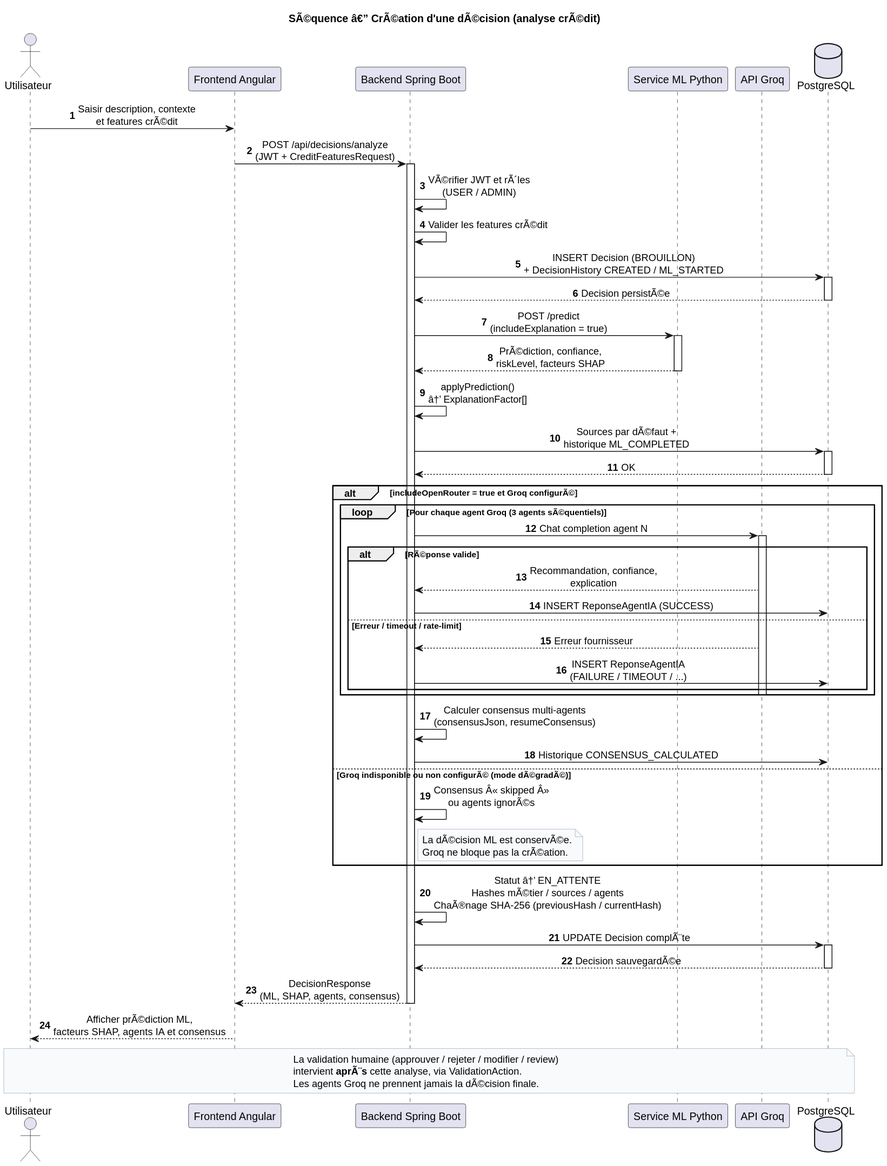
This is docs/uml/generated/sequence-creation-decision.svg from Yahyafl3/tracabilite-ia, a PlantUML export, as it was before one commit.
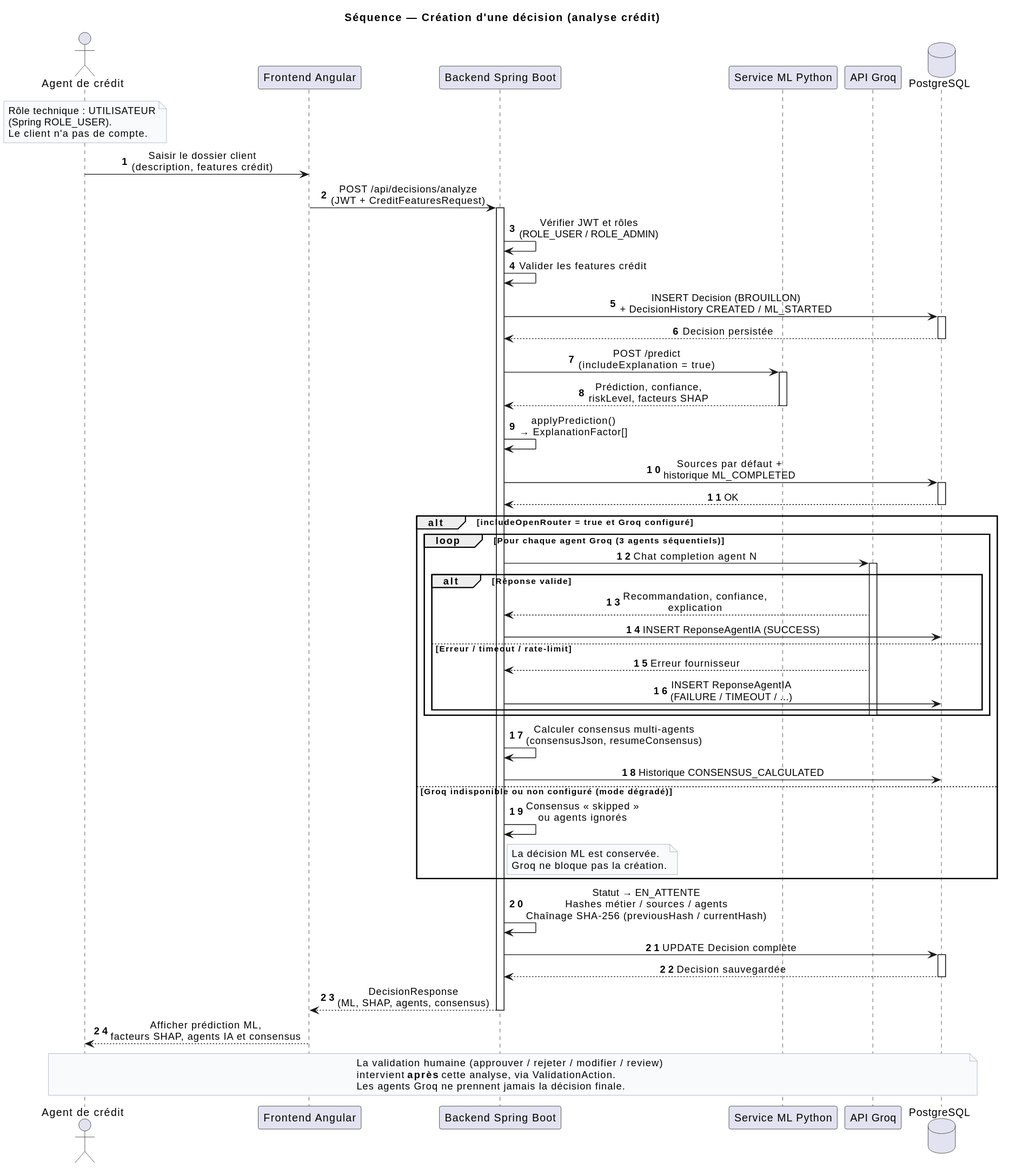
Later version of the same file.

The edit, as a diff of the source:
```diff
@@ -5,43 +5,49 @@
 skinparam noteBackgroundColor #F8FAFC
 skinparam noteBorderColor #94A3B8
 
-title SÃ©quence â€” CrÃ©ation d'une dÃ©cision (analyse crÃ©dit)
+title Séquence — Création d'une décision (analyse crédit)
 
-actor "Utilisateur" as User
+actor "Agent de crédit" as User
 participant "Frontend Angular" as FE
 participant "Backend Spring Boot" as BE
 participant "Service ML Python" as ML
 participant "API Groq" as Groq
 database "PostgreSQL" as DB
 
-User -> FE : Saisir description, contexte\net features crÃ©dit
+note over User
+  Rôle technique : UTILISATEUR
+  (Spring ROLE_USER).
+  Le client n'a pas de compte.
+end note
+
+User -> FE : Saisir le dossier client\n(description, features crédit)
 FE -> BE : POST /api/decisions/analyze\n(JWT + CreditFeaturesRequest)
 activate BE
 
-BE -> BE : VÃ©rifier JWT et rÃ´les\n(USER / ADMIN)
-BE -> BE : Valider les features crÃ©dit
+BE -> BE : Vérifier JWT et rôles\n(ROLE_USER / ROLE_ADMIN)
+BE -> BE : Valider les features crédit
 
 BE -> DB : INSERT Decision (BROUILLON)\n+ DecisionHistory CREATED / ML_STARTED
 activate DB
-DB --> BE : Decision persistÃ©e
+DB --> BE : Decision persistée
 deactivate DB
 
 BE -> ML : POST /predict\n(includeExplanation = true)
 activate ML
-ML --> BE : PrÃ©diction, confiance,\nriskLevel, facteurs SHAP
+ML --> BE : Prédiction, confiance,\nriskLevel, facteurs SHAP
 deactivate ML
 
-BE -> BE : applyPrediction()\nâ†’ ExplanationFactor[]
-BE -> DB : Sources par dÃ©faut +\nhistorique ML_COMPLETED
+BE -> BE : applyPrediction()\n→ ExplanationFactor[]
+BE -> DB : Sources par défaut +\nhistorique ML_COMPLETED
 activate DB
 DB --> BE : OK
 deactivate DB
 
-alt includeOpenRouter = true et Groq configurÃ©
-  loop Pour chaque agent Groq (3 agents sÃ©quentiels)
+alt includeOpenRouter = true et Groq configuré
+  loop Pour chaque agent Groq (3 agents séquentiels)
     BE -> Groq : Chat completion agent N
     activate Groq
-    alt RÃ©ponse valide
+    alt Réponse valide
       Groq --> BE : Recommandation, confiance,\nexplication
       BE -> DB : INSERT ReponseAgentIA (SUCCESS)
     else Erreur / timeout / rate-limit
@@ -52,28 +58,28 @@
   end
   BE -> BE : Calculer consensus multi-agents\n(consensusJson, resumeConsensus)
   BE -> DB : Historique CONSENSUS_CALCULATED
-else Groq indisponible ou non configurÃ© (mode dÃ©gradÃ©)
-  BE -> BE : Consensus Â« skipped Â»\nou agents ignorÃ©s
+else Groq indisponible ou non configuré (mode dégradé)
+  BE -> BE : Consensus « skipped »\nou agents ignorés
   note right of BE
-    La dÃ©cision ML est conservÃ©e.
-    Groq ne bloque pas la crÃ©ation.
+    La décision ML est conservée.
+    Groq ne bloque pas la création.
   end note
 end
 
-BE -> BE : Statut â†’ EN_ATTENTE\nHashes mÃ©tier / sources / agents\nChaÃ®nage SHA-256 (previousHash / currentHash)
-BE -> DB : UPDATE Decision complÃ¨te
+BE -> BE : Statut → EN_ATTENTE\nHashes métier / sources / agents\nChaînage SHA-256 (previousHash / currentHash)
+BE -> DB : UPDATE Decision complète
 activate DB
-DB --> BE : Decision sauvegardÃ©e
+DB --> BE : Decision sauvegardée
 deactivate DB
 
 BE --> FE : DecisionResponse\n(ML, SHAP, agents, consensus)
 deactivate BE
 
-FE --> User : Afficher prÃ©diction ML,\nfacteurs SHAP, agents IA et consensus
+FE --> User : Afficher prédiction ML,\nfacteurs SHAP, agents IA et consensus
 
 note over User, DB
   La validation humaine (approuver / rejeter / modifier / review)
-  intervient **aprÃ¨s** cette analyse, via ValidationAction.
-  Les agents Groq ne prennent jamais la dÃ©cision finale.
+  intervient **après** cette analyse, via ValidationAction.
+  Les agents Groq ne prennent jamais la décision finale.
 end note
 @enduml
```
